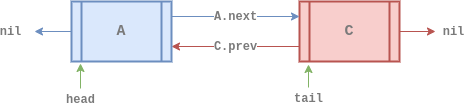
euisblue/vue-blog keeps this draw.io diagram as assets/data-structure/linked-list/dll-insert_at1.png. Above is the earlier version. Source tidied: cells renumbered, new cells last; positions are measured from the earlier drawing's top-left corner, leaving out a move shared by most shapes. The source it was exported from:
```xml
<mxGraphModel>
  <root>
    <mxCell id="0" />
    <mxCell id="1" parent="0" />
    <mxCell id="2" value="&lt;b style=&quot;color: rgb(0 , 0 , 0) ; font-size: 11px ; font-style: normal ; letter-spacing: normal ; text-align: center ; text-indent: 0px ; text-transform: none ; word-spacing: 0px ; font-family: &amp;#34;courier new&amp;#34;&quot;&gt;&lt;font color=&quot;#7a7a7a&quot; style=&quot;font-size: 12px&quot;&gt;C.prev&lt;/font&gt;&lt;/b&gt;" style="edgeStyle=orthogonalEdgeStyle;rounded=0;jettySize=auto;html=1;exitX=0;exitY=0.75;exitDx=0;exitDy=0;entryX=1;entryY=0.75;entryDx=0;entryDy=0;fillColor=#f8cecc;strokeColor=#b85450;" parent="1" edge="1" source="3" target="6">
      <mxGeometry relative="1" as="geometry" />
    </mxCell>
    <mxCell id="3" value="&lt;div&gt;&lt;font color=&quot;#7a7a7a&quot; face=&quot;courier new&quot; style=&quot;font-size: 15px&quot;&gt;C&lt;/font&gt;&lt;/div&gt;" style="shape=process;whiteSpace=wrap;html=1;backgroundOutline=1;fillColor=#f8cecc;strokeColor=#b85450;gradientDirection=east;strokeWidth=2;shadow=0;glass=0;align=center;sketch=0;fontStyle=1;" parent="1" vertex="1">
      <mxGeometry x="265" width="100" height="60" as="geometry" />
    </mxCell>
    <mxCell id="4" value="&lt;font color=&quot;#7a7a7a&quot; face=&quot;courier new&quot;&gt;&lt;span style=&quot;font-size: 12px&quot;&gt;&lt;b&gt;A.next&lt;/b&gt;&lt;/span&gt;&lt;/font&gt;" style="edgeStyle=orthogonalEdgeStyle;curved=1;rounded=0;jettySize=auto;html=1;exitX=1;exitY=0.25;exitDx=0;exitDy=0;entryX=0;entryY=0.25;entryDx=0;entryDy=0;fillColor=#dae8fc;strokeColor=#6c8ebf;" parent="1" edge="1" source="6" target="3">
      <mxGeometry relative="1" as="geometry" />
    </mxCell>
    <mxCell id="5" value="&lt;font color=&quot;#7a7a7a&quot; face=&quot;courier new&quot;&gt;&lt;span style=&quot;font-size: 12px&quot;&gt;&lt;b&gt;nil&lt;/b&gt;&lt;/span&gt;&lt;/font&gt;" style="rounded=0;jettySize=auto;html=1;exitX=0;exitY=0.5;exitDx=0;exitDy=0;fillColor=#dae8fc;strokeColor=#6c8ebf;" parent="1" edge="1" source="6">
      <mxGeometry x="1" y="24" relative="1" as="geometry">
        <mxPoint y="30" as="targetPoint" />
        <mxPoint x="-24" y="-24" as="offset" />
      </mxGeometry>
    </mxCell>
    <mxCell id="6" value="&lt;div&gt;&lt;font color=&quot;#7a7a7a&quot; face=&quot;courier new&quot;&gt;&lt;span style=&quot;font-size: 15px&quot;&gt;A&lt;/span&gt;&lt;/font&gt;&lt;/div&gt;" style="shape=process;whiteSpace=wrap;html=1;backgroundOutline=1;fillColor=#dae8fc;strokeColor=#6c8ebf;gradientDirection=east;strokeWidth=2;shadow=0;glass=0;align=center;sketch=0;fontStyle=1;" parent="1" vertex="1">
      <mxGeometry x="37" width="100" height="60" as="geometry" />
    </mxCell>
    <mxCell id="7" value="&lt;font color=&quot;#7a7a7a&quot; face=&quot;courier new&quot;&gt;&lt;span style=&quot;font-size: 12px&quot;&gt;&lt;b&gt;nil&lt;/b&gt;&lt;/span&gt;&lt;/font&gt;" style="rounded=0;jettySize=auto;html=1;exitX=1;exitY=0.5;exitDx=0;exitDy=0;fillColor=#f8cecc;strokeColor=#b85450;" parent="1" edge="1" source="3">
      <mxGeometry x="1" y="18" relative="1" as="geometry">
        <mxPoint x="401" y="30" as="targetPoint" />
        <mxPoint x="18" y="18" as="offset" />
      </mxGeometry>
    </mxCell>
    <mxCell id="8" value="&lt;font color=&quot;#7a7a7a&quot; face=&quot;courier new&quot;&gt;&lt;span style=&quot;font-size: 12px&quot;&gt;&lt;b&gt;head&lt;/b&gt;&lt;/span&gt;&lt;/font&gt;" style="rounded=0;jettySize=auto;html=1;fillColor=#d5e8d4;strokeColor=#82b366;entryX=0.09;entryY=1.033;entryDx=0;entryDy=0;entryPerimeter=0;" parent="1" edge="1" target="6">
      <mxGeometry x="-1" y="-11" relative="1" as="geometry">
        <mxPoint x="46" y="87" as="sourcePoint" />
        <mxPoint x="-11" y="11" as="offset" />
      </mxGeometry>
    </mxCell>
    <mxCell id="9" value="&lt;font color=&quot;#7a7a7a&quot; face=&quot;courier new&quot;&gt;&lt;span style=&quot;font-size: 12px&quot;&gt;&lt;b&gt;tail&lt;/b&gt;&lt;/span&gt;&lt;/font&gt;" style="rounded=0;jettySize=auto;html=1;fillColor=#d5e8d4;strokeColor=#82b366;entryX=0.09;entryY=1.05;entryDx=0;entryDy=0;entryPerimeter=0;" parent="1" edge="1" target="3">
      <mxGeometry x="-1" y="-11" relative="1" as="geometry">
        <mxPoint x="274" y="86" as="sourcePoint" />
        <mxPoint x="-11" y="11" as="offset" />
      </mxGeometry>
    </mxCell>
  </root>
</mxGraphModel>
```
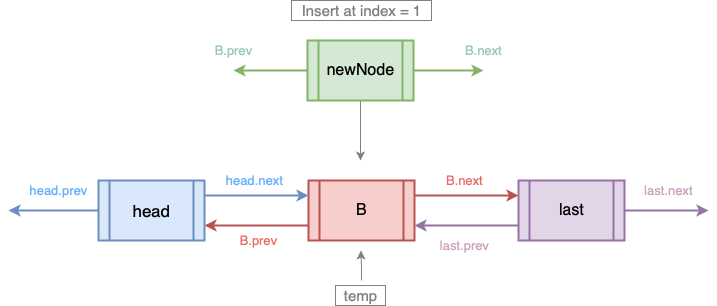
Later version of the same file.

What changed in the source:
```diff
@@ -2,41 +2,75 @@
   <root>
     <mxCell id="0" />
     <mxCell id="1" parent="0" />
-    <mxCell id="2" value="&lt;b style=&quot;color: rgb(0 , 0 , 0) ; font-size: 11px ; font-style: normal ; letter-spacing: normal ; text-align: center ; text-indent: 0px ; text-transform: none ; word-spacing: 0px ; font-family: &amp;#34;courier new&amp;#34;&quot;&gt;&lt;font color=&quot;#7a7a7a&quot; style=&quot;font-size: 12px&quot;&gt;C.prev&lt;/font&gt;&lt;/b&gt;" style="edgeStyle=orthogonalEdgeStyle;rounded=0;jettySize=auto;html=1;exitX=0;exitY=0.75;exitDx=0;exitDy=0;entryX=1;entryY=0.75;entryDx=0;entryDy=0;fillColor=#f8cecc;strokeColor=#b85450;" parent="1" edge="1" source="3" target="6">
-      <mxGeometry relative="1" as="geometry" />
+    <mxCell id="2" style="endArrow=classic;html=1;labelBackgroundColor=none;strokeWidth=1;exitX=0.5;exitY=1;exitDx=0;exitDy=0;strokeColor=#808080;edgeStyle=elbowEdgeStyle;elbow=vertical;" parent="1" edge="1" source="14">
+      <mxGeometry relative="1" as="geometry">
+        <mxPoint x="89" y="-20" as="targetPoint" />
+      </mxGeometry>
     </mxCell>
-    <mxCell id="3" value="&lt;div&gt;&lt;font color=&quot;#7a7a7a&quot; face=&quot;courier new&quot; style=&quot;font-size: 15px&quot;&gt;C&lt;/font&gt;&lt;/div&gt;" style="shape=process;whiteSpace=wrap;html=1;backgroundOutline=1;fillColor=#f8cecc;strokeColor=#b85450;gradientDirection=east;strokeWidth=2;shadow=0;glass=0;align=center;sketch=0;fontStyle=1;" parent="1" vertex="1">
-      <mxGeometry x="265" width="100" height="60" as="geometry" />
+    <mxCell id="3" value="&lt;span style=&quot;font-size: 13px&quot;&gt;&lt;font color=&quot;#cda2be&quot;&gt;last.next&lt;/font&gt;&lt;/span&gt;" style="edgeStyle=orthogonalEdgeStyle;rounded=0;jettySize=auto;html=1;exitX=1;exitY=0.5;exitDx=0;exitDy=0;fillColor=#e1d5e7;strokeColor=#9673a6;labelBackgroundColor=none;strokeWidth=2;" parent="1" edge="1" source="4">
+      <mxGeometry x="0.05" y="20" relative="1" as="geometry">
+        <mxPoint x="437" y="30" as="targetPoint" />
+      </mxGeometry>
     </mxCell>
-    <mxCell id="4" value="&lt;font color=&quot;#7a7a7a&quot; face=&quot;courier new&quot;&gt;&lt;span style=&quot;font-size: 12px&quot;&gt;&lt;b&gt;A.next&lt;/b&gt;&lt;/span&gt;&lt;/font&gt;" style="edgeStyle=orthogonalEdgeStyle;curved=1;rounded=0;jettySize=auto;html=1;exitX=1;exitY=0.25;exitDx=0;exitDy=0;entryX=0;entryY=0.25;entryDx=0;entryDy=0;fillColor=#dae8fc;strokeColor=#6c8ebf;" parent="1" edge="1" source="6" target="3">
-      <mxGeometry relative="1" as="geometry" />
+    <mxCell id="4" value="&lt;font&gt;&lt;font size=&quot;3&quot;&gt;last&lt;/font&gt;&lt;br&gt;&lt;/font&gt;" style="shape=process;whiteSpace=wrap;html=1;backgroundOutline=1;strokeWidth=2;fillColor=#e1d5e7;strokeColor=#9673a6;fontStyle=0;fontFamily=Helvetica;fontSize=14;labelBackgroundColor=none;labelBorderColor=none;" parent="1" vertex="1">
+      <mxGeometry x="247" width="106" height="60" as="geometry" />
     </mxCell>
-    <mxCell id="5" value="&lt;font color=&quot;#7a7a7a&quot; face=&quot;courier new&quot;&gt;&lt;span style=&quot;font-size: 12px&quot;&gt;&lt;b&gt;nil&lt;/b&gt;&lt;/span&gt;&lt;/font&gt;" style="rounded=0;jettySize=auto;html=1;exitX=0;exitY=0.5;exitDx=0;exitDy=0;fillColor=#dae8fc;strokeColor=#6c8ebf;" parent="1" edge="1" source="6">
-      <mxGeometry x="1" y="24" relative="1" as="geometry">
-        <mxPoint y="30" as="targetPoint" />
-        <mxPoint x="-24" y="-24" as="offset" />
-      </mxGeometry>
+    <mxCell id="5" value="&lt;font&gt;&lt;span style=&quot;font-size: 17px&quot;&gt;head&lt;/span&gt;&lt;br&gt;&lt;/font&gt;" style="shape=process;whiteSpace=wrap;html=1;backgroundOutline=1;strokeWidth=2;fillColor=#dae8fc;strokeColor=#6c8ebf;fontStyle=0;fontFamily=Helvetica;fontSize=14;labelBackgroundColor=none;labelBorderColor=none;" parent="1" vertex="1">
+      <mxGeometry x="-173" width="106" height="60" as="geometry" />
     </mxCell>
-    <mxCell id="6" value="&lt;div&gt;&lt;font color=&quot;#7a7a7a&quot; face=&quot;courier new&quot;&gt;&lt;span style=&quot;font-size: 15px&quot;&gt;A&lt;/span&gt;&lt;/font&gt;&lt;/div&gt;" style="shape=process;whiteSpace=wrap;html=1;backgroundOutline=1;fillColor=#dae8fc;strokeColor=#6c8ebf;gradientDirection=east;strokeWidth=2;shadow=0;glass=0;align=center;sketch=0;fontStyle=1;" parent="1" vertex="1">
-      <mxGeometry x="37" width="100" height="60" as="geometry" />
+    <mxCell id="6" value="&lt;font&gt;&lt;font size=&quot;3&quot;&gt;B&lt;/font&gt;&lt;br&gt;&lt;/font&gt;" style="shape=process;whiteSpace=wrap;html=1;backgroundOutline=1;strokeWidth=2;fillColor=#f8cecc;strokeColor=#b85450;fontStyle=0;fontFamily=Helvetica;fontSize=14;labelBackgroundColor=none;labelBorderColor=none;" parent="1" vertex="1">
+      <mxGeometry x="37" width="106" height="60" as="geometry" />
     </mxCell>
-    <mxCell id="7" value="&lt;font color=&quot;#7a7a7a&quot; face=&quot;courier new&quot;&gt;&lt;span style=&quot;font-size: 12px&quot;&gt;&lt;b&gt;nil&lt;/b&gt;&lt;/span&gt;&lt;/font&gt;" style="rounded=0;jettySize=auto;html=1;exitX=1;exitY=0.5;exitDx=0;exitDy=0;fillColor=#f8cecc;strokeColor=#b85450;" parent="1" edge="1" source="3">
-      <mxGeometry x="1" y="18" relative="1" as="geometry">
-        <mxPoint x="401" y="30" as="targetPoint" />
-        <mxPoint x="18" y="18" as="offset" />
+    <mxCell id="7" value="&lt;span style=&quot;color: rgb(102 , 178 , 255) ; font-size: 13px&quot;&gt;head.next&lt;/span&gt;" style="edgeStyle=orthogonalEdgeStyle;rounded=0;jettySize=auto;html=1;exitX=1;exitY=0.25;exitDx=0;exitDy=0;entryX=0;entryY=0.25;entryDx=0;entryDy=0;labelBackgroundColor=none;strokeWidth=2;fontFamily=Helvetica;fontColor=#666666;align=center;fillColor=#dae8fc;strokeColor=#6c8ebf;" parent="1" edge="1" source="5" target="6">
+      <mxGeometry x="-0.04" y="15" relative="1" as="geometry">
+        <Array as="points">
+          <mxPoint x="-13" y="15" />
+          <mxPoint x="-13" y="15" />
+        </Array>
       </mxGeometry>
     </mxCell>
-    <mxCell id="8" value="&lt;font color=&quot;#7a7a7a&quot; face=&quot;courier new&quot;&gt;&lt;span style=&quot;font-size: 12px&quot;&gt;&lt;b&gt;head&lt;/b&gt;&lt;/span&gt;&lt;/font&gt;" style="rounded=0;jettySize=auto;html=1;fillColor=#d5e8d4;strokeColor=#82b366;entryX=0.09;entryY=1.033;entryDx=0;entryDy=0;entryPerimeter=0;" parent="1" edge="1" target="6">
-      <mxGeometry x="-1" y="-11" relative="1" as="geometry">
-        <mxPoint x="46" y="87" as="sourcePoint" />
-        <mxPoint x="-11" y="11" as="offset" />
-      </mxGeometry>
+    <mxCell id="8" value="&lt;span style=&quot;color: rgb(234 , 107 , 102) ; font-size: 13px&quot;&gt;B.next&lt;/span&gt;" style="edgeStyle=orthogonalEdgeStyle;rounded=0;jettySize=auto;html=1;labelBackgroundColor=none;strokeWidth=2;fontFamily=Helvetica;fontColor=#666666;align=center;fillColor=#f8cecc;strokeColor=#b85450;exitX=1;exitY=0.25;exitDx=0;exitDy=0;entryX=0;entryY=0.25;entryDx=0;entryDy=0;" parent="1" edge="1" source="6" target="4">
+      <mxGeometry x="-0.04" y="15" relative="1" as="geometry" />
     </mxCell>
-    <mxCell id="9" value="&lt;font color=&quot;#7a7a7a&quot; face=&quot;courier new&quot;&gt;&lt;span style=&quot;font-size: 12px&quot;&gt;&lt;b&gt;tail&lt;/b&gt;&lt;/span&gt;&lt;/font&gt;" style="rounded=0;jettySize=auto;html=1;fillColor=#d5e8d4;strokeColor=#82b366;entryX=0.09;entryY=1.05;entryDx=0;entryDy=0;entryPerimeter=0;" parent="1" edge="1" target="3">
-      <mxGeometry x="-1" y="-11" relative="1" as="geometry">
-        <mxPoint x="274" y="86" as="sourcePoint" />
-        <mxPoint x="-11" y="11" as="offset" />
-      </mxGeometry>
+    <mxCell id="9" value="&lt;span style=&quot;color: rgb(234 , 107 , 102) ; font-size: 13px&quot;&gt;B.prev&lt;/span&gt;" style="edgeStyle=orthogonalEdgeStyle;rounded=0;jettySize=auto;html=1;labelBackgroundColor=none;strokeWidth=2;fontFamily=Helvetica;fontColor=#666666;align=center;fillColor=#f8cecc;strokeColor=#b85450;entryX=1;entryY=0.75;entryDx=0;entryDy=0;exitX=0;exitY=0.75;exitDx=0;exitDy=0;" parent="1" edge="1" source="6" target="5">
+      <mxGeometry x="-0.04" y="15" relative="1" as="geometry" />
     </mxCell>
+    <mxCell id="10" value="&lt;span style=&quot;font-size: 13px&quot;&gt;&lt;font color=&quot;#cda2be&quot;&gt;last.prev&lt;/font&gt;&lt;/span&gt;" style="edgeStyle=orthogonalEdgeStyle;rounded=0;jettySize=auto;html=1;fillColor=#e1d5e7;strokeColor=#9673a6;labelBackgroundColor=none;strokeWidth=2;entryX=1;entryY=0.75;entryDx=0;entryDy=0;exitX=0;exitY=0.75;exitDx=0;exitDy=0;" parent="1" edge="1" source="4" target="6">
+      <mxGeometry x="0.05" y="20" relative="1" as="geometry" />
+    </mxCell>
+    <mxCell id="11" value="&lt;span style=&quot;color: rgb(102 , 178 , 255) ; font-size: 13px&quot;&gt;head.prev&lt;/span&gt;" style="edgeStyle=orthogonalEdgeStyle;rounded=0;jettySize=auto;html=1;exitX=0;exitY=0.5;exitDx=0;exitDy=0;labelBackgroundColor=none;strokeWidth=2;fontFamily=Helvetica;fontColor=#666666;align=center;fillColor=#dae8fc;strokeColor=#6c8ebf;" parent="1" edge="1" source="5">
+      <mxGeometry x="-0.11" y="-20" relative="1" as="geometry">
+        <mxPoint x="-263" y="30" as="targetPoint" />
+        <Array as="points">
+          <mxPoint x="-223" y="30" />
+          <mxPoint x="-223" y="30" />
+        </Array>
+      </mxGeometry>
+    </mxCell>
+    <mxCell id="12" value="&lt;span style=&quot;font-size: 13px&quot;&gt;&lt;font color=&quot;#9ac7bf&quot;&gt;B.next&lt;/font&gt;&lt;/span&gt;" style="edgeStyle=orthogonalEdgeStyle;rounded=0;jettySize=auto;html=1;exitX=1;exitY=0.5;exitDx=0;exitDy=0;labelBackgroundColor=none;strokeWidth=2;fillColor=#d5e8d4;strokeColor=#82b366;" parent="1" edge="1" source="14">
+      <mxGeometry x="1" y="20" relative="1" as="geometry">
+        <mxPoint x="212" y="-110" as="targetPoint" />
+      </mxGeometry>
+    </mxCell>
+    <mxCell id="13" value="&lt;span style=&quot;color: rgb(154 , 199 , 191) ; font-size: 13px&quot;&gt;B.prev&lt;/span&gt;" style="edgeStyle=orthogonalEdgeStyle;rounded=0;jettySize=auto;html=1;exitX=0;exitY=0.5;exitDx=0;exitDy=0;labelBackgroundColor=none;strokeWidth=2;fillColor=#d5e8d4;strokeColor=#82b366;" parent="1" edge="1" source="14">
+      <mxGeometry x="1" y="-20" relative="1" as="geometry">
+        <mxPoint x="-38" y="-110" as="targetPoint" />
+      </mxGeometry>
+    </mxCell>
+    <mxCell id="14" value="&lt;font&gt;&lt;font size=&quot;3&quot;&gt;newNode&lt;/font&gt;&lt;br&gt;&lt;/font&gt;" style="shape=process;whiteSpace=wrap;html=1;backgroundOutline=1;strokeWidth=2;fillColor=#d5e8d4;strokeColor=#82b366;fontStyle=0;fontFamily=Helvetica;fontSize=14;labelBackgroundColor=none;labelBorderColor=none;" parent="1" vertex="1">
+      <mxGeometry x="36" y="-140" width="106" height="60" as="geometry" />
+    </mxCell>
+    <mxCell id="15" value="&lt;span style=&quot;font-family: &amp;#34;helvetica&amp;#34;&quot;&gt;&lt;font color=&quot;#808080&quot; style=&quot;font-size: 15px&quot;&gt;Insert at index = 1&lt;/font&gt;&lt;/span&gt;" style="text;html=1;align=center;verticalAlign=middle;strokeColor=#808080;labelBackgroundColor=none;" parent="1" vertex="1">
+      <mxGeometry x="20" y="-180" width="140" height="20" as="geometry" />
+    </mxCell>
+    <mxCell id="16" value="&lt;span style=&quot;font-family: &amp;#34;helvetica&amp;#34;&quot;&gt;&lt;font color=&quot;#808080&quot; style=&quot;font-size: 15px&quot;&gt;temp&lt;/font&gt;&lt;/span&gt;" style="text;html=1;align=center;verticalAlign=middle;strokeColor=#808080;labelBackgroundColor=none;" parent="1" vertex="1">
+      <mxGeometry x="64" y="105" width="50" height="20" as="geometry" />
+    </mxCell>
+    <mxCell id="17" style="endArrow=classic;html=1;labelBackgroundColor=none;strokeWidth=1;strokeColor=#808080;edgeStyle=elbowEdgeStyle;elbow=vertical;" parent="1" edge="1">
+      <mxGeometry relative="1" as="geometry">
+        <mxPoint x="90" y="100" as="sourcePoint" />
+        <mxPoint x="89.5" y="70" as="targetPoint" />
+      </mxGeometry>
+    </mxCell>
   </root>
 </mxGraphModel>
```
